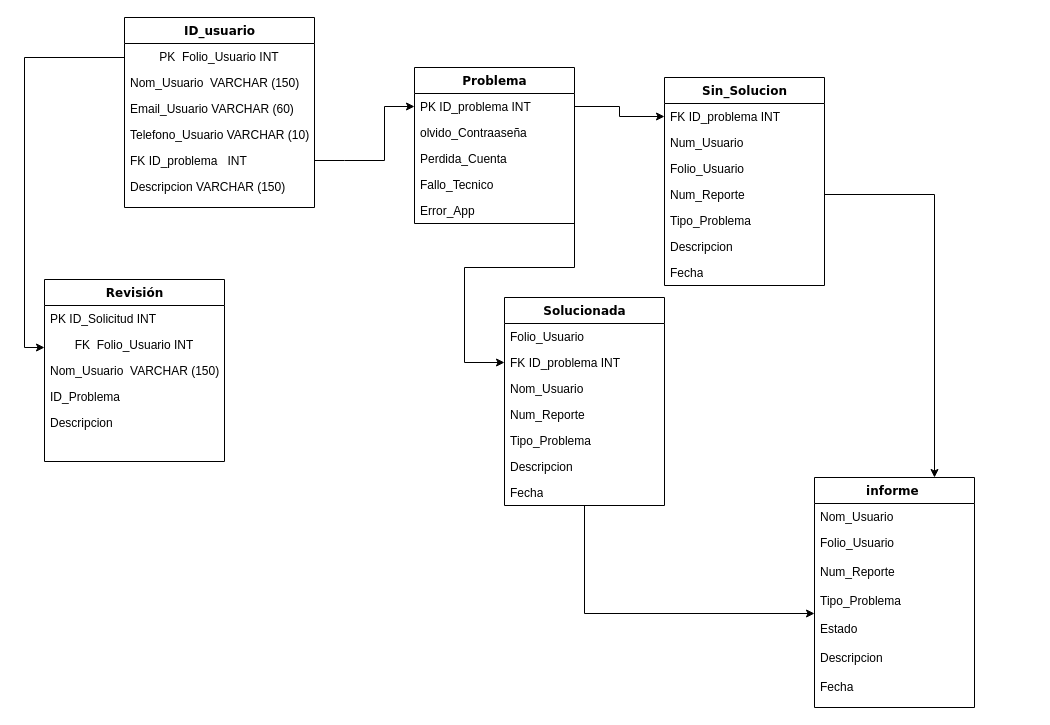
Above: Modelo de Base de datos.drawio in 201710223/AtencionAlUsuario (draw.io), before the change. Source tidied: cells renumbered, new cells numbered last; positions are measured from the earlier drawing's top-left corner, leaving out a move shared by most shapes. Both pictures are drawn from the tidied source at 100%, with x=0, y=0 at pixel (24, 17).
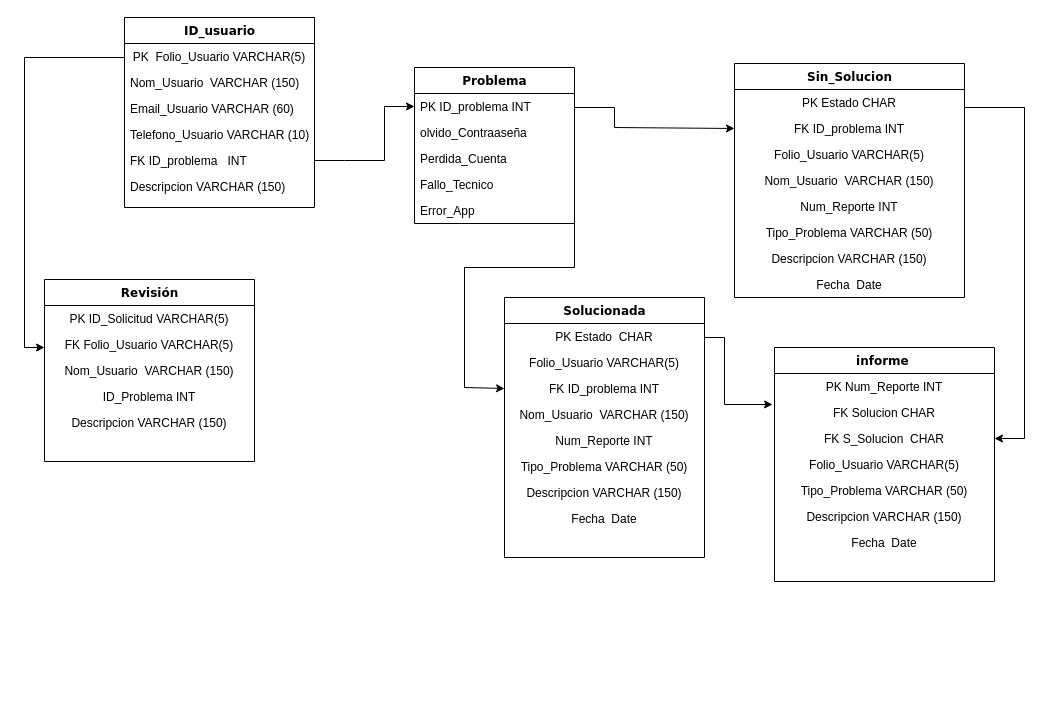
The same page after the edit.

The change refers to these unchanged cells:
```xml
<mxCell id="3" value="ID_usuario" style="swimlane;html=1;fontStyle=1;align=center;verticalAlign=top;horizontal=1;startSize=26;swimlaneFillColor=#ffffff;rounded=0;shadow=0;comic=0;labelBackgroundColor=none;strokeWidth=1;fillColor=none;fontFamily=Verdana;fontSize=12;" parent="1" vertex="1">
  <mxGeometry x="100" width="190" height="190" as="geometry" />
</mxCell>
<mxCell id="17" value="PK&lt;span style=&quot;white-space: pre;&quot;&gt; &lt;/span&gt;ID_problema&lt;span style=&quot;white-space: pre;&quot;&gt; &lt;/span&gt;INT" style="text;html=1;strokeColor=none;fillColor=none;align=left;verticalAlign=top;spacingLeft=4;spacingRight=4;whiteSpace=wrap;overflow=hidden;points=[[0,0.5],[1,0.5]];portConstraint=eastwest;" parent="16" vertex="1">
  <mxGeometry y="26" width="160" height="26" as="geometry" />
</mxCell>
```

What changed in the source:
```diff
@@
-    <mxCell id="4" value="&lt;div style=&quot;&quot;&gt;&lt;span style=&quot;background-color: initial;&quot;&gt;PK &lt;span style=&quot;white-space: pre;&quot;&gt; &lt;/span&gt;Folio_Usuario&lt;/span&gt;&lt;span style=&quot;background-color: initial; white-space: pre;&quot;&gt; &lt;/span&gt;&lt;span style=&quot;background-color: initial;&quot;&gt;INT&lt;/span&gt;&lt;/div&gt;" style="text;html=1;strokeColor=none;fillColor=none;align=center;verticalAlign=top;spacingLeft=4;spacingRight=4;whiteSpace=wrap;overflow=hidden;" parent="3" vertex="1">
+    <mxCell id="4" value="&lt;div style=&quot;&quot;&gt;&lt;span style=&quot;background-color: initial;&quot;&gt;PK &lt;span style=&quot;white-space: pre;&quot;&gt; &lt;/span&gt;Folio_Usuario&lt;/span&gt;&lt;span style=&quot;background-color: initial; white-space: pre;&quot;&gt; VARCHAR(5)&lt;/span&gt;&lt;/div&gt;" style="text;html=1;strokeColor=none;fillColor=none;align=center;verticalAlign=top;spacingLeft=4;spacingRight=4;whiteSpace=wrap;overflow=hidden;" parent="3" vertex="1">
       <mxGeometry y="26" width="190" height="26" as="geometry" />
     </mxCell>
@@
     <mxCell id="10" value="Revisión" style="swimlane;html=1;fontStyle=1;align=center;verticalAlign=top;horizontal=1;startSize=26;swimlaneFillColor=#ffffff;rounded=0;shadow=0;comic=0;labelBackgroundColor=none;strokeWidth=1;fillColor=none;fontFamily=Verdana;fontSize=12;" parent="1" vertex="1">
-      <mxGeometry x="20" y="262" width="180" height="182" as="geometry" />
+      <mxGeometry x="20" y="262" width="210" height="182" as="geometry" />
     </mxCell>
-    <mxCell id="11" value="PK&lt;span style=&quot;white-space: pre;&quot;&gt; &lt;/span&gt;ID_Solicitud&lt;span style=&quot;white-space: pre;&quot;&gt; &lt;/span&gt;INT" style="text;html=1;strokeColor=none;fillColor=none;align=left;verticalAlign=top;spacingLeft=4;spacingRight=4;whiteSpace=wrap;overflow=hidden;" parent="10" vertex="1">
-      <mxGeometry y="26" width="180" height="26" as="geometry" />
+    <mxCell id="11" value="PK&lt;span style=&quot;&quot;&gt; &lt;/span&gt;ID_Solicitud&lt;span style=&quot;&quot;&gt; &lt;/span&gt;&lt;span style=&quot;&quot;&gt;VARCHAR(5)&lt;/span&gt;" style="text;html=1;strokeColor=none;fillColor=none;align=center;verticalAlign=top;spacingLeft=4;spacingRight=4;whiteSpace=wrap;overflow=hidden;" parent="10" vertex="1">
+      <mxGeometry y="26" width="210" height="26" as="geometry" />
     </mxCell>
-    <mxCell id="12" value="&lt;div style=&quot;&quot;&gt;&lt;span style=&quot;background-color: initial;&quot;&gt;FK &lt;span style=&quot;white-space: pre;&quot;&gt; &lt;/span&gt;Folio_Usuario&lt;/span&gt;&lt;span style=&quot;background-color: initial; white-space: pre;&quot;&gt; &lt;/span&gt;&lt;span style=&quot;background-color: initial;&quot;&gt;INT&lt;/span&gt;&lt;/div&gt;" style="text;html=1;strokeColor=none;fillColor=none;align=center;verticalAlign=top;spacingLeft=4;spacingRight=4;whiteSpace=wrap;overflow=hidden;" parent="10" vertex="1">
-      <mxGeometry y="52" width="180" height="26" as="geometry" />
-    </mxCell>
+    <mxCell id="46" value="&lt;div style=&quot;&quot;&gt;&lt;span style=&quot;background-color: initial;&quot;&gt;FK&lt;span style=&quot;white-space: pre;&quot;&gt; &lt;/span&gt;Folio_Usuario&lt;/span&gt;&lt;span style=&quot;background-color: initial; white-space: pre;&quot;&gt; VARCHAR(5)&lt;/span&gt;&lt;/div&gt;" style="text;html=1;strokeColor=none;fillColor=none;align=center;verticalAlign=top;spacingLeft=4;spacingRight=4;whiteSpace=wrap;overflow=hidden;" parent="10" vertex="1">
+      <mxGeometry y="52" width="210" height="26" as="geometry" />
+    </mxCell>
-    <mxCell id="13" value="Nom_Usuario&amp;nbsp; VARCHAR (150)" style="text;html=1;strokeColor=none;fillColor=none;align=left;verticalAlign=top;spacingLeft=4;spacingRight=4;whiteSpace=wrap;overflow=hidden;" parent="10" vertex="1">
-      <mxGeometry y="78" width="180" height="26" as="geometry" />
+    <mxCell id="13" value="Nom_Usuario&amp;nbsp; VARCHAR (150)" style="text;html=1;strokeColor=none;fillColor=none;align=center;verticalAlign=top;spacingLeft=4;spacingRight=4;whiteSpace=wrap;overflow=hidden;" parent="10" vertex="1">
+      <mxGeometry y="78" width="210" height="26" as="geometry" />
     </mxCell>
-    <mxCell id="14" value="ID_Problema" style="text;html=1;strokeColor=none;fillColor=none;align=left;verticalAlign=top;spacingLeft=4;spacingRight=4;whiteSpace=wrap;overflow=hidden;" parent="10" vertex="1">
-      <mxGeometry y="104" width="180" height="26" as="geometry" />
+    <mxCell id="14" value="ID_Problema INT" style="text;html=1;strokeColor=none;fillColor=none;align=center;verticalAlign=top;spacingLeft=4;spacingRight=4;whiteSpace=wrap;overflow=hidden;" parent="10" vertex="1">
+      <mxGeometry y="104" width="210" height="26" as="geometry" />
     </mxCell>
-    <mxCell id="15" value="Descripcion" style="text;html=1;strokeColor=none;fillColor=none;align=left;verticalAlign=top;spacingLeft=4;spacingRight=4;whiteSpace=wrap;overflow=hidden;" parent="10" vertex="1">
-      <mxGeometry y="130" width="180" height="26" as="geometry" />
-    </mxCell>
+    <mxCell id="47" value="Descripcion&lt;span style=&quot;&quot;&gt; &lt;/span&gt;VARCHAR (150)" style="text;html=1;strokeColor=none;fillColor=none;align=center;verticalAlign=top;spacingLeft=4;spacingRight=4;whiteSpace=wrap;overflow=hidden;" parent="10" vertex="1">
+      <mxGeometry y="130" width="210" height="26" as="geometry" />
+    </mxCell>
@@
-    <mxCell id="22" style="edgeStyle=orthogonalEdgeStyle;rounded=0;jettySize=auto;html=1;" parent="1" edge="1" source="23" target="33">
-      <mxGeometry relative="1" as="geometry" />
-    </mxCell>
     <mxCell id="23" value="Solucionada" style="swimlane;html=1;fontStyle=1;align=center;verticalAlign=top;horizontal=1;startSize=26;swimlaneFillColor=#ffffff;rounded=0;shadow=0;comic=0;labelBackgroundColor=none;strokeWidth=1;fillColor=none;fontFamily=Verdana;fontSize=12;" parent="1" vertex="1">
-      <mxGeometry x="480" y="280" width="160" height="208" as="geometry" />
+      <mxGeometry x="480" y="280" width="200" height="260" as="geometry" />
     </mxCell>
-    <mxCell id="24" value="Folio_Usuario" style="text;html=1;strokeColor=none;fillColor=none;align=left;verticalAlign=top;spacingLeft=4;spacingRight=4;whiteSpace=wrap;overflow=hidden;" parent="23" vertex="1">
-      <mxGeometry y="26" width="160" height="26" as="geometry" />
-    </mxCell>
+    <mxCell id="48" value="&lt;div style=&quot;&quot;&gt;PK&lt;span style=&quot;white-space: pre;&quot;&gt; &lt;/span&gt;Estado&amp;nbsp;&lt;span style=&quot;white-space: pre;&quot;&gt; &lt;/span&gt;CHAR&lt;/div&gt;" style="text;html=1;strokeColor=none;fillColor=none;align=center;verticalAlign=top;spacingLeft=4;spacingRight=4;whiteSpace=wrap;overflow=hidden;" parent="23" vertex="1">
+      <mxGeometry y="26" width="200" height="26" as="geometry" />
+    </mxCell>
+    <mxCell id="49" value="&lt;div style=&quot;&quot;&gt;&lt;span style=&quot;background-color: initial;&quot;&gt;Folio_Usuario&lt;/span&gt;&lt;span style=&quot;background-color: initial; white-space: pre;&quot;&gt; VARCHAR(5)&lt;/span&gt;&lt;/div&gt;" style="text;html=1;strokeColor=none;fillColor=none;align=center;verticalAlign=top;spacingLeft=4;spacingRight=4;whiteSpace=wrap;overflow=hidden;" parent="23" vertex="1">
+      <mxGeometry y="52" width="200" height="26" as="geometry" />
+    </mxCell>
-    <mxCell id="25" value="FK&lt;span style=&quot;white-space: pre;&quot;&gt; &lt;/span&gt;ID_problema&lt;span style=&quot;white-space: pre;&quot;&gt; &lt;/span&gt;INT" style="text;html=1;strokeColor=none;fillColor=none;align=left;verticalAlign=top;spacingLeft=4;spacingRight=4;whiteSpace=wrap;overflow=hidden;points=[[0,0.5],[1,0.5]];portConstraint=eastwest;" parent="23" vertex="1">
-      <mxGeometry y="52" width="160" height="26" as="geometry" />
+    <mxCell id="25" value="FK&lt;span style=&quot;white-space: pre;&quot;&gt; &lt;/span&gt;ID_problema&lt;span style=&quot;white-space: pre;&quot;&gt; &lt;/span&gt;INT" style="text;html=1;strokeColor=none;fillColor=none;align=center;verticalAlign=top;spacingLeft=4;spacingRight=4;whiteSpace=wrap;overflow=hidden;points=[[0,0.5],[1,0.5]];portConstraint=eastwest;" parent="23" vertex="1">
+      <mxGeometry y="78" width="200" height="26" as="geometry" />
     </mxCell>
-    <mxCell id="26" value="Nom_Usuario" style="text;html=1;strokeColor=none;fillColor=none;align=left;verticalAlign=top;spacingLeft=4;spacingRight=4;whiteSpace=wrap;overflow=hidden;" parent="23" vertex="1">
-      <mxGeometry y="78" width="160" height="26" as="geometry" />
-    </mxCell>
+    <mxCell id="50" value="Nom_Usuario&amp;nbsp; VARCHAR (150)" style="text;html=1;strokeColor=none;fillColor=none;align=center;verticalAlign=top;spacingLeft=4;spacingRight=4;whiteSpace=wrap;overflow=hidden;" parent="23" vertex="1">
+      <mxGeometry y="104" width="200" height="26" as="geometry" />
+    </mxCell>
-    <mxCell id="27" value="Num_Reporte" style="text;html=1;strokeColor=none;fillColor=none;align=left;verticalAlign=top;spacingLeft=4;spacingRight=4;whiteSpace=wrap;overflow=hidden;" parent="23" vertex="1">
-      <mxGeometry y="104" width="160" height="26" as="geometry" />
+    <mxCell id="27" value="Num_Reporte&lt;span style=&quot;white-space: pre;&quot;&gt; &lt;/span&gt;INT" style="text;html=1;strokeColor=none;fillColor=none;align=center;verticalAlign=top;spacingLeft=4;spacingRight=4;whiteSpace=wrap;overflow=hidden;" parent="23" vertex="1">
+      <mxGeometry y="130" width="200" height="26" as="geometry" />
     </mxCell>
-    <mxCell id="28" value="Tipo_Problema" style="text;html=1;strokeColor=none;fillColor=none;align=left;verticalAlign=top;spacingLeft=4;spacingRight=4;whiteSpace=wrap;overflow=hidden;" parent="23" vertex="1">
-      <mxGeometry y="130" width="160" height="26" as="geometry" />
+    <mxCell id="28" value="Tipo_Problema&lt;span style=&quot;white-space: pre;&quot;&gt; &lt;/span&gt;VARCHAR (50)" style="text;html=1;strokeColor=none;fillColor=none;align=center;verticalAlign=top;spacingLeft=4;spacingRight=4;whiteSpace=wrap;overflow=hidden;" parent="23" vertex="1">
+      <mxGeometry y="156" width="200" height="26" as="geometry" />
     </mxCell>
-    <mxCell id="29" value="Descripcion" style="text;html=1;strokeColor=none;fillColor=none;align=left;verticalAlign=top;spacingLeft=4;spacingRight=4;whiteSpace=wrap;overflow=hidden;" parent="23" vertex="1">
-      <mxGeometry y="156" width="160" height="26" as="geometry" />
-    </mxCell>
+    <mxCell id="51" value="Descripcion&lt;span style=&quot;&quot;&gt; &lt;/span&gt;VARCHAR (150)" style="text;html=1;strokeColor=none;fillColor=none;align=center;verticalAlign=top;spacingLeft=4;spacingRight=4;whiteSpace=wrap;overflow=hidden;" parent="23" vertex="1">
+      <mxGeometry y="182" width="200" height="26" as="geometry" />
+    </mxCell>
-    <mxCell id="30" value="Fecha" style="text;html=1;strokeColor=none;fillColor=none;align=left;verticalAlign=top;spacingLeft=4;spacingRight=4;whiteSpace=wrap;overflow=hidden;" parent="23" vertex="1">
-      <mxGeometry y="182" width="160" height="26" as="geometry" />
+    <mxCell id="30" value="Fecha &lt;span style=&quot;white-space: pre;&quot;&gt; &lt;/span&gt;Date" style="text;html=1;strokeColor=none;fillColor=none;align=center;verticalAlign=top;spacingLeft=4;spacingRight=4;whiteSpace=wrap;overflow=hidden;" parent="23" vertex="1">
+      <mxGeometry y="208" width="200" height="26" as="geometry" />
     </mxCell>
     <mxCell id="31" value="informe&amp;nbsp;" style="swimlane;html=1;fontStyle=1;align=center;verticalAlign=top;horizontal=1;startSize=26;swimlaneFillColor=#ffffff;rounded=0;shadow=0;comic=0;labelBackgroundColor=none;strokeWidth=1;fillColor=none;fontFamily=Verdana;fontSize=12;" parent="1" vertex="1">
-      <mxGeometry x="790" y="460" width="160" height="230" as="geometry" />
+      <mxGeometry x="750" y="330" width="220" height="234" as="geometry" />
     </mxCell>
-    <mxCell id="32" value="Nom_Usuario" style="text;html=1;strokeColor=none;fillColor=none;align=left;verticalAlign=top;spacingLeft=4;spacingRight=4;whiteSpace=wrap;overflow=hidden;" parent="31" vertex="1">
-      <mxGeometry y="26" width="160" height="26" as="geometry" />
+    <mxCell id="32" value="PK&lt;span style=&quot;white-space: pre;&quot;&gt; &lt;/span&gt;Num_Reporte&lt;span style=&quot;white-space: pre;&quot;&gt; &lt;/span&gt;INT" style="text;html=1;strokeColor=none;fillColor=none;align=center;verticalAlign=top;spacingLeft=4;spacingRight=4;whiteSpace=wrap;overflow=hidden;" parent="31" vertex="1">
+      <mxGeometry y="26" width="220" height="26" as="geometry" />
     </mxCell>
-    <mxCell id="33" value="Folio_Usuario&lt;br&gt;&lt;br&gt;Num_Reporte&lt;br&gt;&lt;br&gt;Tipo_Problema&lt;br&gt;&lt;br&gt;Estado&lt;br&gt;&lt;br&gt;Descripcion&amp;nbsp;&lt;br&gt;&lt;br&gt;Fecha" style="text;html=1;strokeColor=none;fillColor=none;align=left;verticalAlign=top;spacingLeft=4;spacingRight=4;whiteSpace=wrap;overflow=hidden;points=[[0,0.5],[1,0.5]];portConstraint=eastwest;" parent="31" vertex="1">
-      <mxGeometry y="52" width="160" height="168" as="geometry" />
-    </mxCell>
+    <mxCell id="52" value="&lt;div style=&quot;&quot;&gt;FK&lt;span style=&quot;white-space: pre;&quot;&gt; &lt;/span&gt;Solucion&lt;span style=&quot;white-space: pre;&quot;&gt; &lt;/span&gt;CHAR&lt;/div&gt;" style="text;html=1;strokeColor=none;fillColor=none;align=center;verticalAlign=top;spacingLeft=4;spacingRight=4;whiteSpace=wrap;overflow=hidden;points=[[0,0.5],[1,0.5]];portConstraint=eastwest;" parent="31" vertex="1">
+      <mxGeometry y="52" width="220" height="26" as="geometry" />
+    </mxCell>
+    <mxCell id="53" value="&lt;div style=&quot;&quot;&gt;FK&lt;span style=&quot;white-space: pre;&quot;&gt; &lt;/span&gt;S_Solucion&amp;nbsp;&lt;span style=&quot;white-space: pre;&quot;&gt; &lt;/span&gt;CHAR&lt;/div&gt;" style="text;html=1;strokeColor=none;fillColor=none;align=center;verticalAlign=top;spacingLeft=4;spacingRight=4;whiteSpace=wrap;overflow=hidden;points=[[0,0.5],[1,0.5]];portConstraint=eastwest;" parent="31" vertex="1">
+      <mxGeometry y="78" width="220" height="26" as="geometry" />
+    </mxCell>
+    <mxCell id="54" value="&lt;div style=&quot;&quot;&gt;&lt;span style=&quot;background-color: initial;&quot;&gt;Folio_Usuario&lt;/span&gt;&lt;span style=&quot;background-color: initial; white-space: pre;&quot;&gt; VARCHAR(5)&lt;/span&gt;&lt;/div&gt;" style="text;html=1;strokeColor=none;fillColor=none;align=center;verticalAlign=top;spacingLeft=4;spacingRight=4;whiteSpace=wrap;overflow=hidden;" parent="31" vertex="1">
+      <mxGeometry y="104" width="220" height="26" as="geometry" />
+    </mxCell>
+    <mxCell id="55" value="Tipo_Problema&lt;span style=&quot;white-space: pre;&quot;&gt; &lt;/span&gt;VARCHAR (50)" style="text;html=1;strokeColor=none;fillColor=none;align=center;verticalAlign=top;spacingLeft=4;spacingRight=4;whiteSpace=wrap;overflow=hidden;" parent="31" vertex="1">
+      <mxGeometry y="130" width="220" height="26" as="geometry" />
+    </mxCell>
+    <mxCell id="56" value="Descripcion&lt;span style=&quot;&quot;&gt; &lt;/span&gt;VARCHAR (150)" style="text;html=1;strokeColor=none;fillColor=none;align=center;verticalAlign=top;spacingLeft=4;spacingRight=4;whiteSpace=wrap;overflow=hidden;" parent="31" vertex="1">
+      <mxGeometry y="156" width="220" height="26" as="geometry" />
+    </mxCell>
+    <mxCell id="57" value="Fecha &lt;span style=&quot;white-space: pre;&quot;&gt; &lt;/span&gt;Date" style="text;html=1;strokeColor=none;fillColor=none;align=center;verticalAlign=top;spacingLeft=4;spacingRight=4;whiteSpace=wrap;overflow=hidden;" parent="31" vertex="1">
+      <mxGeometry y="182" width="220" height="26" as="geometry" />
+    </mxCell>
     <mxCell id="34" value="Sin_Solucion" style="swimlane;html=1;fontStyle=1;align=center;verticalAlign=top;horizontal=1;startSize=26;swimlaneFillColor=#ffffff;rounded=0;shadow=0;comic=0;labelBackgroundColor=none;strokeWidth=1;fillColor=none;fontFamily=Verdana;fontSize=12;" parent="1" vertex="1">
-      <mxGeometry x="640" y="60" width="160" height="208" as="geometry" />
+      <mxGeometry x="710" y="46" width="230" height="234" as="geometry" />
     </mxCell>
-    <mxCell id="35" value="FK ID_problema INT" style="text;html=1;strokeColor=none;fillColor=none;align=left;verticalAlign=top;spacingLeft=4;spacingRight=4;whiteSpace=wrap;overflow=hidden;points=[[0,0.5],[1,0.5]];portConstraint=eastwest;" parent="34" vertex="1">
-      <mxGeometry y="26" width="160" height="26" as="geometry" />
+    <mxCell id="35" value="PK&lt;span style=&quot;white-space: pre;&quot;&gt; &lt;/span&gt;Estado&lt;span style=&quot;white-space: pre;&quot;&gt; &lt;/span&gt;CHAR" style="text;html=1;strokeColor=none;fillColor=none;align=center;verticalAlign=top;spacingLeft=4;spacingRight=4;whiteSpace=wrap;overflow=hidden;points=[[0,0.5],[1,0.5]];portConstraint=eastwest;" parent="34" vertex="1">
+      <mxGeometry y="26" width="230" height="26" as="geometry" />
     </mxCell>
-    <mxCell id="36" value="Num_Usuario" style="text;html=1;strokeColor=none;fillColor=none;align=left;verticalAlign=top;spacingLeft=4;spacingRight=4;whiteSpace=wrap;overflow=hidden;" parent="34" vertex="1">
-      <mxGeometry y="52" width="160" height="26" as="geometry" />
-    </mxCell>
-    <mxCell id="37" value="Folio_Usuario" style="text;html=1;strokeColor=none;fillColor=none;align=left;verticalAlign=top;spacingLeft=4;spacingRight=4;whiteSpace=wrap;overflow=hidden;" parent="34" vertex="1">
-      <mxGeometry y="78" width="160" height="26" as="geometry" />
-    </mxCell>
+    <mxCell id="58" value="FK ID_problema INT" style="text;html=1;strokeColor=none;fillColor=none;align=center;verticalAlign=top;spacingLeft=4;spacingRight=4;whiteSpace=wrap;overflow=hidden;points=[[0,0.5],[1,0.5]];portConstraint=eastwest;" parent="34" vertex="1">
+      <mxGeometry y="52" width="230" height="26" as="geometry" />
+    </mxCell>
+    <mxCell id="59" value="&lt;div style=&quot;&quot;&gt;&lt;span style=&quot;background-color: initial;&quot;&gt;Folio_Usuario&lt;/span&gt;&lt;span style=&quot;background-color: initial; white-space: pre;&quot;&gt; VARCHAR(5)&lt;/span&gt;&lt;/div&gt;" style="text;html=1;strokeColor=none;fillColor=none;align=center;verticalAlign=top;spacingLeft=4;spacingRight=4;whiteSpace=wrap;overflow=hidden;" parent="34" vertex="1">
+      <mxGeometry y="78" width="230" height="26" as="geometry" />
+    </mxCell>
+    <mxCell id="60" value="Nom_Usuario&amp;nbsp; VARCHAR (150)" style="text;html=1;strokeColor=none;fillColor=none;align=center;verticalAlign=top;spacingLeft=4;spacingRight=4;whiteSpace=wrap;overflow=hidden;" parent="34" vertex="1">
+      <mxGeometry y="104" width="230" height="26" as="geometry" />
+    </mxCell>
-    <mxCell id="38" value="Num_Reporte" style="text;html=1;strokeColor=none;fillColor=none;align=left;verticalAlign=top;spacingLeft=4;spacingRight=4;whiteSpace=wrap;overflow=hidden;points=[[0,0.5],[1,0.5]];portConstraint=eastwest;" parent="34" vertex="1">
-      <mxGeometry y="104" width="160" height="26" as="geometry" />
+    <mxCell id="38" value="&lt;div style=&quot;&quot;&gt;&lt;span style=&quot;background-color: initial;&quot;&gt;Num_Reporte&lt;/span&gt;&lt;span style=&quot;background-color: initial; white-space: pre;&quot;&gt; &lt;/span&gt;&lt;span style=&quot;background-color: initial;&quot;&gt;INT&lt;/span&gt;&lt;/div&gt;" style="text;html=1;strokeColor=none;fillColor=none;align=center;verticalAlign=top;spacingLeft=4;spacingRight=4;whiteSpace=wrap;overflow=hidden;points=[[0,0.5],[1,0.5]];portConstraint=eastwest;" parent="34" vertex="1">
+      <mxGeometry y="130" width="230" height="26" as="geometry" />
     </mxCell>
-    <mxCell id="39" value="Tipo_Problema" style="text;html=1;strokeColor=none;fillColor=none;align=left;verticalAlign=top;spacingLeft=4;spacingRight=4;whiteSpace=wrap;overflow=hidden;" parent="34" vertex="1">
-      <mxGeometry y="130" width="160" height="26" as="geometry" />
-    </mxCell>
-    <mxCell id="40" value="Descripcion" style="text;html=1;strokeColor=none;fillColor=none;align=left;verticalAlign=top;spacingLeft=4;spacingRight=4;whiteSpace=wrap;overflow=hidden;" parent="34" vertex="1">
-      <mxGeometry y="156" width="160" height="26" as="geometry" />
-    </mxCell>
-    <mxCell id="41" value="Fecha" style="text;html=1;strokeColor=none;fillColor=none;align=left;verticalAlign=top;spacingLeft=4;spacingRight=4;whiteSpace=wrap;overflow=hidden;" parent="34" vertex="1">
-      <mxGeometry y="182" width="160" height="26" as="geometry" />
-    </mxCell>
-    <mxCell id="42" style="edgeStyle=orthogonalEdgeStyle;rounded=0;jettySize=auto;html=1;entryX=0;entryY=0.5;entryDx=0;entryDy=0;" parent="1" edge="1" source="17" target="35">
-      <mxGeometry relative="1" as="geometry" />
-    </mxCell>
-    <mxCell id="43" style="edgeStyle=orthogonalEdgeStyle;rounded=0;jettySize=auto;html=1;entryX=0.75;entryY=0;entryDx=0;entryDy=0;" parent="1" edge="1" source="38" target="31">
-      <mxGeometry relative="1" as="geometry" />
-    </mxCell>
+    <mxCell id="61" value="Tipo_Problema&lt;span style=&quot;white-space: pre;&quot;&gt; &lt;/span&gt;VARCHAR (50)" style="text;html=1;strokeColor=none;fillColor=none;align=center;verticalAlign=top;spacingLeft=4;spacingRight=4;whiteSpace=wrap;overflow=hidden;" parent="34" vertex="1">
+      <mxGeometry y="156" width="230" height="26" as="geometry" />
+    </mxCell>
+    <mxCell id="62" value="Descripcion&lt;span style=&quot;&quot;&gt; &lt;/span&gt;VARCHAR (150)" style="text;html=1;strokeColor=none;fillColor=none;align=center;verticalAlign=top;spacingLeft=4;spacingRight=4;whiteSpace=wrap;overflow=hidden;" parent="34" vertex="1">
+      <mxGeometry y="182" width="230" height="26" as="geometry" />
+    </mxCell>
+    <mxCell id="63" value="Fecha &lt;span style=&quot;white-space: pre;&quot;&gt; &lt;/span&gt;Date" style="text;html=1;strokeColor=none;fillColor=none;align=center;verticalAlign=top;spacingLeft=4;spacingRight=4;whiteSpace=wrap;overflow=hidden;" parent="34" vertex="1">
+      <mxGeometry y="208" width="230" height="26" as="geometry" />
+    </mxCell>
@@
     <mxCell id="45" style="endArrow=classic;html=1;rounded=0;entryX=0;entryY=0.5;entryDx=0;entryDy=0;" parent="1" edge="1" target="25">
       <mxGeometry relative="1" as="geometry">
         <mxPoint x="550" y="90" as="sourcePoint" />
         <Array as="points">
           <mxPoint x="550" y="250" />
           <mxPoint x="440" y="250" />
-          <mxPoint x="440" y="345" />
+          <mxPoint x="440" y="370" />
         </Array>
       </mxGeometry>
     </mxCell>
+    <mxCell id="64" style="endArrow=classic;html=1;rounded=0;entryX=0;entryY=0.5;entryDx=0;entryDy=0;" parent="1" edge="1" target="58">
+      <mxGeometry relative="1" as="geometry">
+        <mxPoint x="550" y="90" as="sourcePoint" />
+        <Array as="points">
+          <mxPoint x="590" y="90" />
+          <mxPoint x="590" y="110" />
+        </Array>
+      </mxGeometry>
+    </mxCell>
+    <mxCell id="65" style="endArrow=classic;html=1;rounded=0;entryX=-0.009;entryY=0.192;entryDx=0;entryDy=0;entryPerimeter=0;" parent="1" edge="1" target="52">
+      <mxGeometry relative="1" as="geometry">
+        <mxPoint x="680" y="320" as="sourcePoint" />
+        <Array as="points">
+          <mxPoint x="700" y="320" />
+          <mxPoint x="700" y="387" />
+        </Array>
+      </mxGeometry>
+    </mxCell>
+    <mxCell id="66" style="endArrow=classic;html=1;rounded=0;entryX=1;entryY=0.5;entryDx=0;entryDy=0;" parent="1" edge="1" target="53">
+      <mxGeometry relative="1" as="geometry">
+        <mxPoint x="940" y="90" as="sourcePoint" />
+        <Array as="points">
+          <mxPoint x="1000" y="90" />
+          <mxPoint x="1000" y="421" />
+        </Array>
+      </mxGeometry>
+    </mxCell>
```
